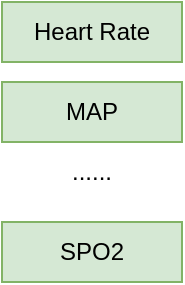
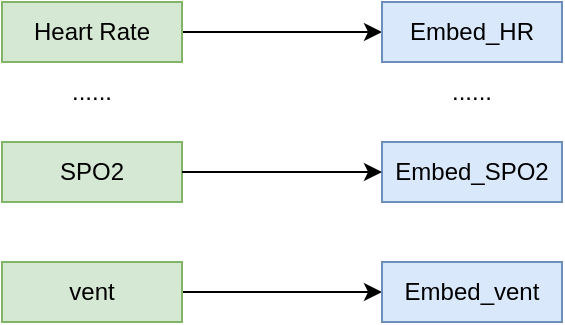
<mxfile host="app.diagrams.net">
  <diagram name="第 1 页" id="nAsU6gyC1mNvlDI-DRoH">
    <mxGraphModel dx="593" dy="379" grid="1" gridSize="10" guides="1" tooltips="1" connect="1" arrows="1" fold="1" page="1" pageScale="1" pageWidth="827" pageHeight="1169" math="1" shadow="0">
      <root>
        <mxCell id="0" />
        <mxCell id="1" parent="0" />
+         <mxCell id="kKPQh_yyxQglyLtZ7Z46-4" edge="1" parent="1" source="pDWxXRjlAIgQHcPaZFlJ-1" style="edgeStyle=orthogonalEdgeStyle;rounded=0;orthogonalLoop=1;jettySize=auto;html=1;exitX=1;exitY=0.5;exitDx=0;exitDy=0;entryX=0;entryY=0.5;entryDx=0;entryDy=0;" target="kKPQh_yyxQglyLtZ7Z46-1">
+           <mxGeometry relative="1" as="geometry" />
+         </mxCell>
        <mxCell id="pDWxXRjlAIgQHcPaZFlJ-1" parent="1" style="rounded=0;whiteSpace=wrap;html=1;fillColor=#d5e8d4;strokeColor=#82b366;" value="Heart Rate" vertex="1">
          <mxGeometry height="30" width="90" x="190" y="180" as="geometry" />
        </mxCell>
-         <mxCell id="pDWxXRjlAIgQHcPaZFlJ-4" parent="1" style="rounded=0;whiteSpace=wrap;html=1;fillColor=#d5e8d4;strokeColor=#82b366;" value="MAP" vertex="1">
-           <mxGeometry height="30" width="90" x="190" y="220" as="geometry" />
+         <mxCell id="pDWxXRjlAIgQHcPaZFlJ-4" parent="1" style="rounded=0;whiteSpace=wrap;html=1;fillColor=#d5e8d4;strokeColor=#82b366;" value="SPO2" vertex="1">
+           <mxGeometry height="30" width="90" x="190" y="250" as="geometry" />
        </mxCell>
-         <mxCell id="pDWxXRjlAIgQHcPaZFlJ-5" parent="1" style="rounded=0;whiteSpace=wrap;html=1;fillColor=#d5e8d4;strokeColor=#82b366;" value="SPO2" vertex="1">
-           <mxGeometry height="30" width="90" x="190" y="290" as="geometry" />
+         <mxCell id="kKPQh_yyxQglyLtZ7Z46-7" edge="1" parent="1" source="pDWxXRjlAIgQHcPaZFlJ-5" style="edgeStyle=orthogonalEdgeStyle;rounded=0;orthogonalLoop=1;jettySize=auto;html=1;exitX=1;exitY=0.5;exitDx=0;exitDy=0;entryX=0;entryY=0.5;entryDx=0;entryDy=0;" target="kKPQh_yyxQglyLtZ7Z46-3">
+           <mxGeometry relative="1" as="geometry" />
+         </mxCell>
+         <mxCell id="pDWxXRjlAIgQHcPaZFlJ-5" parent="1" style="rounded=0;whiteSpace=wrap;html=1;fillColor=#d5e8d4;strokeColor=#82b366;" value="vent" vertex="1">
+           <mxGeometry height="30" width="90" x="190" y="310" as="geometry" />
        </mxCell>
        <mxCell id="pDWxXRjlAIgQHcPaZFlJ-6" parent="1" style="text;html=1;whiteSpace=wrap;strokeColor=none;fillColor=none;align=center;verticalAlign=middle;rounded=0;" value="......" vertex="1">
-           <mxGeometry height="30" width="60" x="205" y="250" as="geometry" />
+           <mxGeometry height="30" width="60" x="205" y="210" as="geometry" />
+         </mxCell>
+         <mxCell id="kKPQh_yyxQglyLtZ7Z46-1" parent="1" style="rounded=0;whiteSpace=wrap;html=1;fillColor=#dae8fc;strokeColor=#6c8ebf;" value="Embed_HR" vertex="1">
+           <mxGeometry height="30" width="90" x="380" y="180" as="geometry" />
+         </mxCell>
+         <mxCell id="kKPQh_yyxQglyLtZ7Z46-2" parent="1" style="rounded=0;whiteSpace=wrap;html=1;fillColor=#dae8fc;strokeColor=#6c8ebf;" value="Embed_SPO2" vertex="1">
+           <mxGeometry height="30" width="90" x="380" y="250" as="geometry" />
+         </mxCell>
+         <mxCell id="kKPQh_yyxQglyLtZ7Z46-3" parent="1" style="rounded=0;whiteSpace=wrap;html=1;fillColor=#dae8fc;strokeColor=#6c8ebf;" value="Embed_vent" vertex="1">
+           <mxGeometry height="30" width="90" x="380" y="310" as="geometry" />
+         </mxCell>
+         <mxCell id="kKPQh_yyxQglyLtZ7Z46-5" edge="1" parent="1" source="pDWxXRjlAIgQHcPaZFlJ-4" style="edgeStyle=orthogonalEdgeStyle;rounded=0;orthogonalLoop=1;jettySize=auto;html=1;entryX=0;entryY=0.5;entryDx=0;entryDy=0;exitX=1;exitY=0.5;exitDx=0;exitDy=0;" target="kKPQh_yyxQglyLtZ7Z46-2">
+           <mxGeometry relative="1" as="geometry">
+             <Array as="points">
+               <mxPoint x="330" y="265" />
+               <mxPoint x="330" y="265" />
+             </Array>
+             <mxPoint x="330" y="260" as="sourcePoint" />
+             <mxPoint x="430" y="260" as="targetPoint" />
+           </mxGeometry>
+         </mxCell>
+         <mxCell id="kKPQh_yyxQglyLtZ7Z46-8" parent="1" style="text;html=1;whiteSpace=wrap;strokeColor=none;fillColor=none;align=center;verticalAlign=middle;rounded=0;" value="......" vertex="1">
+           <mxGeometry height="30" width="60" x="395" y="210" as="geometry" />
        </mxCell>
      </root>
    </mxGraphModel>
  </diagram>
</mxfile>
